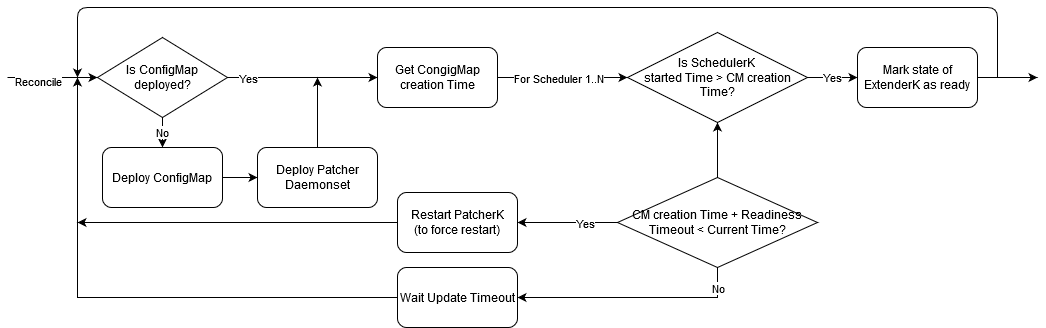
This is docs/proposals/images/Operator_vanilla_flow.png from dell/csi-baremetal, a draw.io export, as it was before one commit. Source tidied: cells renumbered, new cells last; positions are measured from the earlier drawing's top-left corner, leaving out a move shared by most shapes.
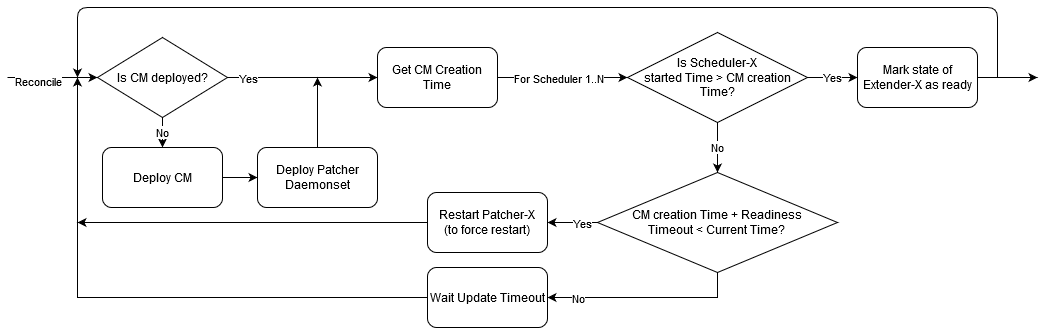
Later version of the same file.

What changed in the source:
```diff
@@ -5,7 +5,7 @@
     <mxCell id="2" value="&lt;div&gt;No&lt;/div&gt;" style="edgeStyle=orthogonalEdgeStyle;rounded=0;jettySize=auto;html=1;exitX=0.5;exitY=1;exitDx=0;exitDy=0;entryX=0.5;entryY=0;entryDx=0;entryDy=0;" parent="1" edge="1" source="3" target="13">
       <mxGeometry relative="1" as="geometry" />
     </mxCell>
-    <mxCell id="3" value="Is ConfigMap deployed?" style="rhombus;whiteSpace=wrap;html=1;" parent="1" vertex="1">
+    <mxCell id="3" value="Is CM deployed?" style="rhombus;whiteSpace=wrap;html=1;" parent="1" vertex="1">
       <mxGeometry x="90" y="30" width="130" height="80" as="geometry" />
     </mxCell>
     <mxCell id="4" style="endArrow=classic;html=1;entryX=0;entryY=0.5;entryDx=0;entryDy=0;" parent="1" edge="1" target="3">
@@ -32,19 +32,22 @@
     </mxCell>
     <mxCell id="10" value="No" style="edgeLabel;html=1;align=center;verticalAlign=middle;" parent="9" vertex="1">
       <mxGeometry x="-0.62" y="-5" relative="1" as="geometry">
-        <mxPoint x="13" y="-5" as="offset" />
+        <mxPoint x="-128" y="5" as="offset" />
       </mxGeometry>
     </mxCell>
+    <mxCell id="30" value="No" style="edgeStyle=orthogonalEdgeStyle;rounded=0;jettySize=auto;html=1;exitX=0.5;exitY=1;exitDx=0;exitDy=0;entryX=0.5;entryY=0;entryDx=0;entryDy=0;" parent="1" edge="1" source="11" target="25">
+      <mxGeometry relative="1" as="geometry" />
+    </mxCell>
-    <mxCell id="11" value="&lt;div&gt;Is SchedulerK &lt;br&gt;&lt;/div&gt;&lt;div&gt;started Time &amp;gt; CM creation Time?&lt;/div&gt;" style="rhombus;whiteSpace=wrap;html=1;" parent="1" vertex="1">
+    <mxCell id="11" value="&lt;div&gt;Is Scheduler-X &lt;br&gt;&lt;/div&gt;&lt;div&gt;started Time &amp;gt; CM creation Time?&lt;/div&gt;" style="rhombus;whiteSpace=wrap;html=1;" parent="1" vertex="1">
       <mxGeometry x="620" y="25" width="180" height="90" as="geometry" />
     </mxCell>
     <mxCell id="12" style="edgeStyle=orthogonalEdgeStyle;rounded=0;jettySize=auto;html=1;exitX=1;exitY=0.5;exitDx=0;exitDy=0;entryX=0;entryY=0.5;entryDx=0;entryDy=0;" parent="1" edge="1" source="13" target="29">
       <mxGeometry relative="1" as="geometry" />
     </mxCell>
-    <mxCell id="13" value="Deploy ConfigMap" style="rounded=1;whiteSpace=wrap;html=1;" parent="1" vertex="1">
+    <mxCell id="13" value="Deploy CM" style="rounded=1;whiteSpace=wrap;html=1;" parent="1" vertex="1">
       <mxGeometry x="95" y="140" width="120" height="60" as="geometry" />
     </mxCell>
-    <mxCell id="14" value="Get CongigMap creation Time " style="rounded=1;whiteSpace=wrap;html=1;" parent="1" vertex="1">
+    <mxCell id="14" value="Get CM Creation Time " style="rounded=1;whiteSpace=wrap;html=1;" parent="1" vertex="1">
       <mxGeometry x="370" y="40" width="120" height="60" as="geometry" />
     </mxCell>
     <mxCell id="15" style="endArrow=classic;html=1;exitX=1;exitY=0.5;exitDx=0;exitDy=0;entryX=0;entryY=0.5;entryDx=0;entryDy=0;" parent="1" edge="1" source="14" target="11">
@@ -60,7 +63,7 @@
         <mxPoint x="1030" y="70" as="targetPoint" />
       </mxGeometry>
     </mxCell>
-    <mxCell id="18" value="Mark state of ExtenderK as ready" style="rounded=1;whiteSpace=wrap;html=1;" parent="1" vertex="1">
+    <mxCell id="18" value="Mark state of Extender-X as ready" style="rounded=1;whiteSpace=wrap;html=1;" parent="1" vertex="1">
       <mxGeometry x="850" y="40" width="120" height="60" as="geometry" />
     </mxCell>
     <mxCell id="19" style="endArrow=classic;html=1;edgeStyle=orthogonalEdgeStyle;" parent="1" edge="1">
@@ -79,7 +82,7 @@
       </mxGeometry>
     </mxCell>
     <mxCell id="21" value="Wait Update Timeout" style="rounded=1;whiteSpace=wrap;html=1;" parent="1" vertex="1">
-      <mxGeometry x="390" y="260" width="120" height="60" as="geometry" />
+      <mxGeometry x="420" y="260" width="120" height="60" as="geometry" />
     </mxCell>
     <mxCell id="22" style="edgeStyle=orthogonalEdgeStyle;rounded=0;jettySize=auto;html=1;exitX=0;exitY=0.5;exitDx=0;exitDy=0;entryX=1;entryY=0.5;entryDx=0;entryDy=0;" parent="1" edge="1" source="25" target="27">
       <mxGeometry relative="1" as="geometry" />
@@ -87,19 +90,16 @@
     <mxCell id="23" value="Yes" style="edgeLabel;html=1;align=center;verticalAlign=middle;" parent="22" vertex="1">
       <mxGeometry x="-0.34" relative="1" as="geometry" />
     </mxCell>
-    <mxCell id="24" style="edgeStyle=orthogonalEdgeStyle;rounded=0;jettySize=auto;html=1;exitX=0.5;exitY=0;exitDx=0;exitDy=0;entryX=0.5;entryY=1;entryDx=0;entryDy=0;" parent="1" edge="1" source="25" target="11">
-      <mxGeometry relative="1" as="geometry" />
-    </mxCell>
-    <mxCell id="25" value="&lt;div&gt;CM creation Time + Readiness Timeout &amp;lt; Current Time?&lt;/div&gt;" style="rhombus;whiteSpace=wrap;html=1;" parent="1" vertex="1">
-      <mxGeometry x="610" y="170" width="200" height="90" as="geometry" />
+    <mxCell id="25" value="&lt;div&gt;CM creation Time + Readiness &lt;br&gt;&lt;/div&gt;&lt;div&gt;Timeout &amp;lt; Current Time?&lt;/div&gt;" style="rhombus;whiteSpace=wrap;html=1;" parent="1" vertex="1">
+      <mxGeometry x="590" y="165" width="240" height="100" as="geometry" />
     </mxCell>
     <mxCell id="26" style="edgeStyle=orthogonalEdgeStyle;rounded=0;jettySize=auto;html=1;exitX=0;exitY=0.5;exitDx=0;exitDy=0;" parent="1" edge="1" source="27">
       <mxGeometry relative="1" as="geometry">
         <mxPoint x="70" y="215" as="targetPoint" />
       </mxGeometry>
     </mxCell>
-    <mxCell id="27" value="&lt;div&gt;Restart PatcherK&lt;/div&gt;&lt;div&gt;(to force restart)&lt;br&gt;&lt;/div&gt;" style="rounded=1;whiteSpace=wrap;html=1;" parent="1" vertex="1">
-      <mxGeometry x="390" y="185" width="120" height="60" as="geometry" />
+    <mxCell id="27" value="&lt;div&gt;Restart Patcher-X&lt;/div&gt;&lt;div&gt;(to force restart)&lt;br&gt;&lt;/div&gt;" style="rounded=1;whiteSpace=wrap;html=1;" parent="1" vertex="1">
+      <mxGeometry x="420" y="185" width="120" height="60" as="geometry" />
     </mxCell>
     <mxCell id="28" style="edgeStyle=orthogonalEdgeStyle;rounded=0;jettySize=auto;html=1;exitX=0.5;exitY=0;exitDx=0;exitDy=0;" parent="1" edge="1" source="29">
       <mxGeometry relative="1" as="geometry">
```
